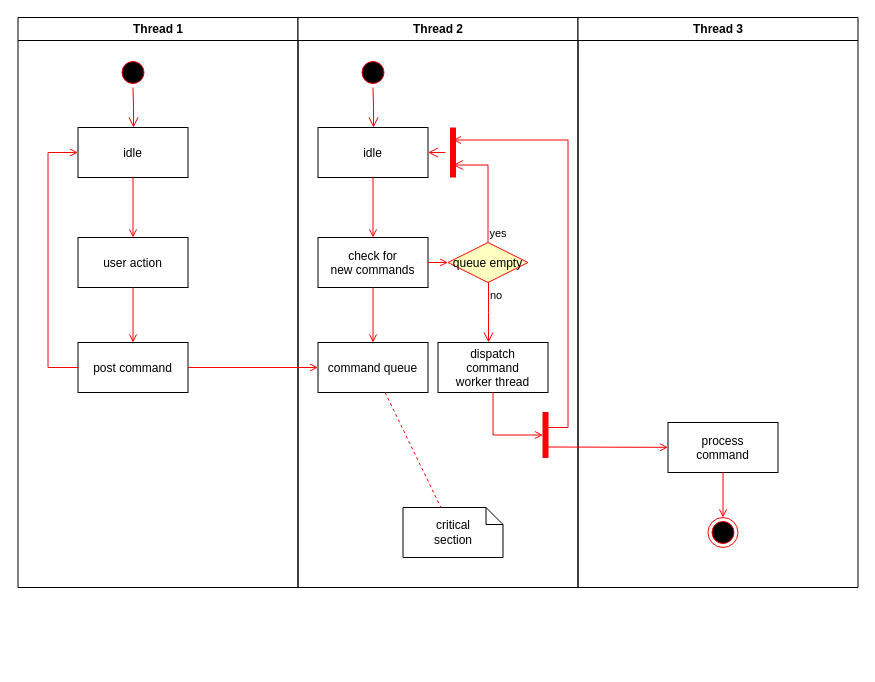
Before: Untitled Diagram.drawio in vishwasvkumar5/upgrad-resturantfinder, a draw.io diagram. Source tidied: cells renumbered, new cells numbered last; positions are measured from the earlier drawing's top-left corner, leaving out a move shared by most shapes. Both pictures are drawn from the tidied source at 100%, with x=0, y=0 at pixel (17, 17).
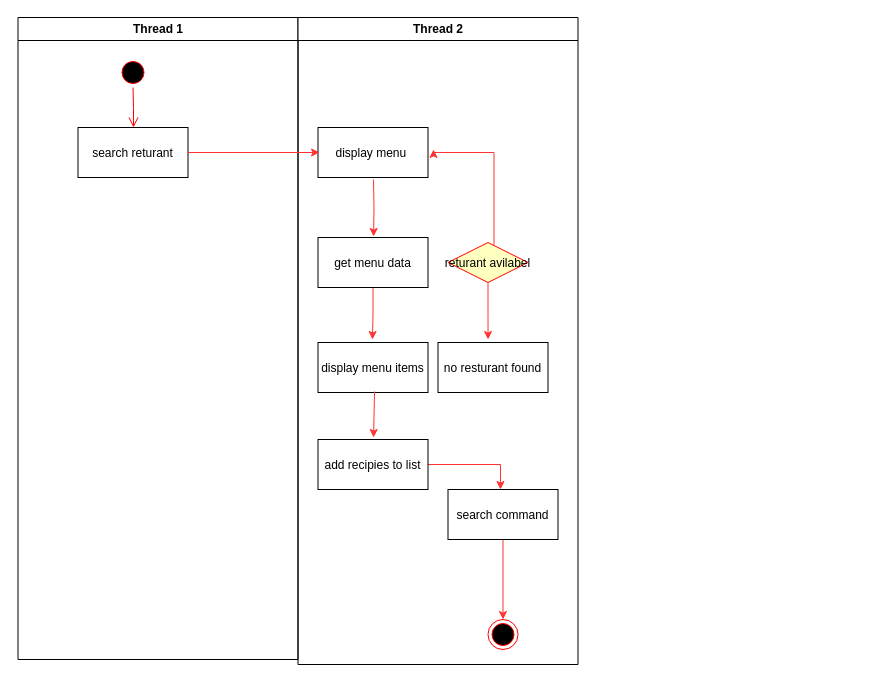
The same page after the edit.

The edit, as a diff of the source:
```diff
@@
     <mxCell id="2" value="Thread 1" style="swimlane;whiteSpace=wrap;" parent="1" vertex="1">
-      <mxGeometry x="0.5" width="280" height="570" as="geometry" />
+      <mxGeometry x="0.5" width="280" height="642" as="geometry" />
     </mxCell>
@@
-    <mxCell id="5" value="idle" parent="2" vertex="1">
+    <mxCell id="5" value="search returant" parent="2" vertex="1">
       <mxGeometry x="60" y="110" width="110" height="50" as="geometry" />
     </mxCell>
-    <mxCell id="6" value="user action" parent="2" vertex="1">
-      <mxGeometry x="60" y="220" width="110" height="50" as="geometry" />
-    </mxCell>
-    <mxCell id="7" style="endArrow=open;strokeColor=#FF0000;endFill=1;rounded=0;" parent="2" edge="1" source="5" target="6">
-      <mxGeometry relative="1" as="geometry" />
-    </mxCell>
-    <mxCell id="8" value="post command" parent="2" vertex="1">
-      <mxGeometry x="60" y="325" width="110" height="50" as="geometry" />
-    </mxCell>
-    <mxCell id="9" style="endArrow=open;strokeColor=#FF0000;endFill=1;rounded=0;" parent="2" edge="1" source="6" target="8">
-      <mxGeometry relative="1" as="geometry" />
-    </mxCell>
-    <mxCell id="10" style="edgeStyle=elbowEdgeStyle;elbow=horizontal;strokeColor=#FF0000;endArrow=open;endFill=1;rounded=0;" parent="2" edge="1" source="8" target="5">
-      <mxGeometry relative="1" as="geometry">
-        <Array as="points">
-          <mxPoint x="30" y="250" />
-        </Array>
-      </mxGeometry>
-    </mxCell>
-    <mxCell id="11" value="Thread 2" style="swimlane;whiteSpace=wrap;" parent="1" vertex="1">
-      <mxGeometry x="280.5" width="280" height="570" as="geometry" />
+    <mxCell id="11" value="Thread 2" style="swimlane;whiteSpace=wrap;rounded=0;" parent="1" vertex="1">
+      <mxGeometry x="280.5" width="280" height="647" as="geometry" />
     </mxCell>
-    <mxCell id="12" style="ellipse;shape=startState;fillColor=#000000;strokeColor=#ff0000;" parent="11" vertex="1">
-      <mxGeometry x="60" y="40" width="30" height="30" as="geometry" />
-    </mxCell>
-    <mxCell id="13" style="edgeStyle=elbowEdgeStyle;elbow=horizontal;verticalAlign=bottom;endArrow=open;endSize=8;strokeColor=#FF0000;endFill=1;rounded=0;" parent="11" edge="1" source="12" target="14">
-      <mxGeometry x="40" y="20" as="geometry" />
-    </mxCell>
+    <mxCell id="37" style="edgeStyle=orthogonalEdgeStyle;rounded=0;jumpStyle=none;jettySize=auto;html=1;entryX=0.505;entryY=-0.02;entryDx=0;entryDy=0;entryPerimeter=0;strokeColor=#FF3333;" parent="11" edge="1" target="15">
+      <mxGeometry relative="1" as="geometry">
+        <mxPoint x="75.5" y="162" as="sourcePoint" />
+      </mxGeometry>
+    </mxCell>
-    <mxCell id="14" value="idle" parent="11" vertex="1">
+    <mxCell id="14" value="display menu " parent="11" vertex="1">
       <mxGeometry x="20" y="110" width="110" height="50" as="geometry" />
     </mxCell>
+    <mxCell id="18" style="edgeStyle=orthogonalEdgeStyle;rounded=0;jumpStyle=none;jettySize=auto;html=1;entryX=0.495;entryY=-0.06;entryDx=0;entryDy=0;entryPerimeter=0;strokeColor=#FF3333;" parent="11" edge="1" source="15" target="17">
+      <mxGeometry relative="1" as="geometry" />
+    </mxCell>
-    <mxCell id="15" value="check for &#10;new commands" parent="11" vertex="1">
+    <mxCell id="15" value="get menu data" parent="11" vertex="1">
       <mxGeometry x="20" y="220" width="110" height="50" as="geometry" />
     </mxCell>
-    <mxCell id="16" style="endArrow=open;strokeColor=#FF0000;endFill=1;rounded=0;" parent="11" edge="1" source="14" target="15">
-      <mxGeometry relative="1" as="geometry" />
-    </mxCell>
-    <mxCell id="17" value="command queue" parent="11" vertex="1">
+    <mxCell id="17" value="display menu items" parent="11" vertex="1">
       <mxGeometry x="20" y="325" width="110" height="50" as="geometry" />
     </mxCell>
-    <mxCell id="18" style="endArrow=open;strokeColor=#FF0000;endFill=1;rounded=0;" parent="11" edge="1" source="15" target="17">
-      <mxGeometry relative="1" as="geometry" />
-    </mxCell>
+    <mxCell id="21" style="edgeStyle=orthogonalEdgeStyle;rounded=0;jumpStyle=none;jettySize=auto;html=1;entryX=0.455;entryY=-0.06;entryDx=0;entryDy=0;entryPerimeter=0;strokeColor=#FF3333;" parent="11" edge="1" source="19" target="25">
+      <mxGeometry relative="1" as="geometry" />
+    </mxCell>
+    <mxCell id="38" style="edgeStyle=orthogonalEdgeStyle;rounded=0;jumpStyle=none;jettySize=auto;html=1;entryX=1.05;entryY=0.44;entryDx=0;entryDy=0;entryPerimeter=0;strokeColor=#FF3333;" parent="11" edge="1" source="19" target="14">
+      <mxGeometry relative="1" as="geometry">
+        <Array as="points">
+          <mxPoint x="196" y="135" />
+          <mxPoint x="136" y="135" />
+        </Array>
+      </mxGeometry>
+    </mxCell>
-    <mxCell id="19" value="queue empty" style="rhombus;fillColor=#ffffc0;strokeColor=#ff0000;" parent="11" vertex="1">
+    <mxCell id="19" value="returant avilabel" style="rhombus;fillColor=#ffffc0;strokeColor=#ff0000;" parent="11" vertex="1">
       <mxGeometry x="150" y="225" width="80" height="40" as="geometry" />
     </mxCell>
-    <mxCell id="20" value="yes" style="edgeStyle=elbowEdgeStyle;elbow=horizontal;align=left;verticalAlign=bottom;endArrow=open;endSize=8;strokeColor=#FF0000;exitX=0.5;exitY=0;endFill=1;rounded=0;entryX=0.75;entryY=0.5;entryPerimeter=0;" parent="11" edge="1" source="19" target="23">
-      <mxGeometry x="-1" relative="1" as="geometry">
-        <Array as="points">
-          <mxPoint x="190" y="180" />
-        </Array>
-      </mxGeometry>
-    </mxCell>
-    <mxCell id="21" value="no" style="edgeStyle=elbowEdgeStyle;elbow=horizontal;align=left;verticalAlign=top;endArrow=open;endSize=8;strokeColor=#FF0000;endFill=1;rounded=0;" parent="11" edge="1" source="19" target="25">
-      <mxGeometry x="-1" relative="1" as="geometry" />
-    </mxCell>
-    <mxCell id="22" style="endArrow=open;strokeColor=#FF0000;endFill=1;rounded=0;" parent="11" edge="1" source="15" target="19">
-      <mxGeometry relative="1" as="geometry" />
-    </mxCell>
-    <mxCell id="23" style="shape=line;strokeWidth=6;strokeColor=#ff0000;rotation=90;" parent="11" vertex="1">
-      <mxGeometry x="130" y="127.5" width="50" height="15" as="geometry" />
-    </mxCell>
-    <mxCell id="24" style="edgeStyle=elbowEdgeStyle;elbow=horizontal;verticalAlign=bottom;endArrow=open;endSize=8;strokeColor=#FF0000;endFill=1;rounded=0;" parent="11" edge="1" source="23" target="14">
-      <mxGeometry x="130" y="90" as="geometry" />
-    </mxCell>
-    <mxCell id="25" value="dispatch&#10;command&#10;worker thread" parent="11" vertex="1">
+    <mxCell id="25" value="no resturant found" parent="11" vertex="1">
       <mxGeometry x="140" y="325" width="110" height="50" as="geometry" />
     </mxCell>
-    <mxCell id="26" value="critical&#10;section" style="shape=note;whiteSpace=wrap;size=17;" parent="11" vertex="1">
-      <mxGeometry x="105" y="490" width="100" height="50" as="geometry" />
-    </mxCell>
-    <mxCell id="27" style="endArrow=none;strokeColor=#FF0000;endFill=0;rounded=0;dashed=1;" parent="11" edge="1" source="17" target="26">
-      <mxGeometry relative="1" as="geometry" />
-    </mxCell>
-    <mxCell id="28" style="whiteSpace=wrap;strokeColor=#FF0000;fillColor=#FF0000;" parent="11" vertex="1">
-      <mxGeometry x="245" y="395" width="5" height="45" as="geometry" />
-    </mxCell>
-    <mxCell id="29" style="edgeStyle=elbowEdgeStyle;elbow=horizontal;entryX=0;entryY=0.5;strokeColor=#FF0000;endArrow=open;endFill=1;rounded=0;" parent="11" edge="1" source="25" target="28">
-      <mxGeometry relative="1" as="geometry">
-        <Array as="points">
-          <mxPoint x="195" y="400" />
-        </Array>
-      </mxGeometry>
-    </mxCell>
-    <mxCell id="30" value="Thread 3" style="swimlane;whiteSpace=wrap;" parent="1" vertex="1">
-      <mxGeometry x="560.5" width="280" height="570" as="geometry" />
-    </mxCell>
-    <mxCell id="31" value="process&#10;command" parent="30" vertex="1">
-      <mxGeometry x="90" y="405" width="110" height="50" as="geometry" />
-    </mxCell>
-    <mxCell id="32" style="edgeStyle=elbowEdgeStyle;elbow=horizontal;strokeColor=#FF0000;endArrow=open;endFill=1;rounded=0;entryX=0.25;entryY=0.5;entryPerimeter=0;" parent="30" edge="1" target="23">
-      <mxGeometry relative="1" as="geometry">
-        <mxPoint x="-30" y="410" as="sourcePoint" />
-        <Array as="points">
-          <mxPoint x="-10" y="135" />
-        </Array>
-      </mxGeometry>
-    </mxCell>
-    <mxCell id="33" style="edgeStyle=none;strokeColor=#FF0000;endArrow=open;endFill=1;rounded=0;" parent="30" edge="1" target="31">
-      <mxGeometry relative="1" as="geometry">
-        <mxPoint x="-30" y="429.5" as="sourcePoint" />
-      </mxGeometry>
-    </mxCell>
-    <mxCell id="34" style="ellipse;shape=endState;fillColor=#000000;strokeColor=#ff0000;" parent="30" vertex="1">
-      <mxGeometry x="130" y="500" width="30" height="30" as="geometry" />
-    </mxCell>
-    <mxCell id="35" style="endArrow=open;strokeColor=#FF0000;endFill=1;rounded=0;" parent="30" edge="1" source="31" target="34">
-      <mxGeometry relative="1" as="geometry" />
-    </mxCell>
-    <mxCell id="36" style="endArrow=open;strokeColor=#FF0000;endFill=1;rounded=0;" parent="1" edge="1" source="8" target="17">
-      <mxGeometry relative="1" as="geometry" />
-    </mxCell>
+    <mxCell id="39" style="edgeStyle=orthogonalEdgeStyle;rounded=0;jumpStyle=none;jettySize=auto;html=1;entryX=0.477;entryY=0;entryDx=0;entryDy=0;entryPerimeter=0;strokeColor=#FF3333;" parent="11" edge="1" source="40" target="43">
+      <mxGeometry relative="1" as="geometry" />
+    </mxCell>
+    <mxCell id="40" value="add recipies to list" parent="11" vertex="1">
+      <mxGeometry x="20" y="422" width="110" height="50" as="geometry" />
+    </mxCell>
+    <mxCell id="41" style="endArrow=classic;html=1;rounded=0;strokeColor=#FF3333;jumpStyle=none;entryX=0.505;entryY=-0.04;entryDx=0;entryDy=0;entryPerimeter=0;exitX=0.514;exitY=0.98;exitDx=0;exitDy=0;exitPerimeter=0;" parent="11" edge="1" source="17" target="40">
+      <mxGeometry relative="1" as="geometry" />
+    </mxCell>
+    <mxCell id="42" style="edgeStyle=orthogonalEdgeStyle;rounded=0;jumpStyle=none;jettySize=auto;html=1;entryX=0.5;entryY=0;entryDx=0;entryDy=0;strokeColor=#FF3333;fontSize=18;" parent="11" edge="1" source="43" target="44">
+      <mxGeometry relative="1" as="geometry" />
+    </mxCell>
+    <mxCell id="43" value="search command" parent="11" vertex="1">
+      <mxGeometry x="150" y="472" width="110" height="50" as="geometry" />
+    </mxCell>
+    <mxCell id="44" style="ellipse;html=1;shape=endState;fillColor=#000000;strokeColor=#ff0000;rounded=0;strokeWidth=1;fontSize=18;" parent="11" vertex="1">
+      <mxGeometry x="190" y="602" width="30" height="30" as="geometry" />
+    </mxCell>
+    <mxCell id="45" style="edgeStyle=orthogonalEdgeStyle;rounded=0;jumpStyle=none;jettySize=auto;html=1;entryX=0.014;entryY=0.5;entryDx=0;entryDy=0;entryPerimeter=0;strokeColor=#FF3333;" parent="1" edge="1" source="5" target="14">
+      <mxGeometry relative="1" as="geometry" />
+    </mxCell>
```
